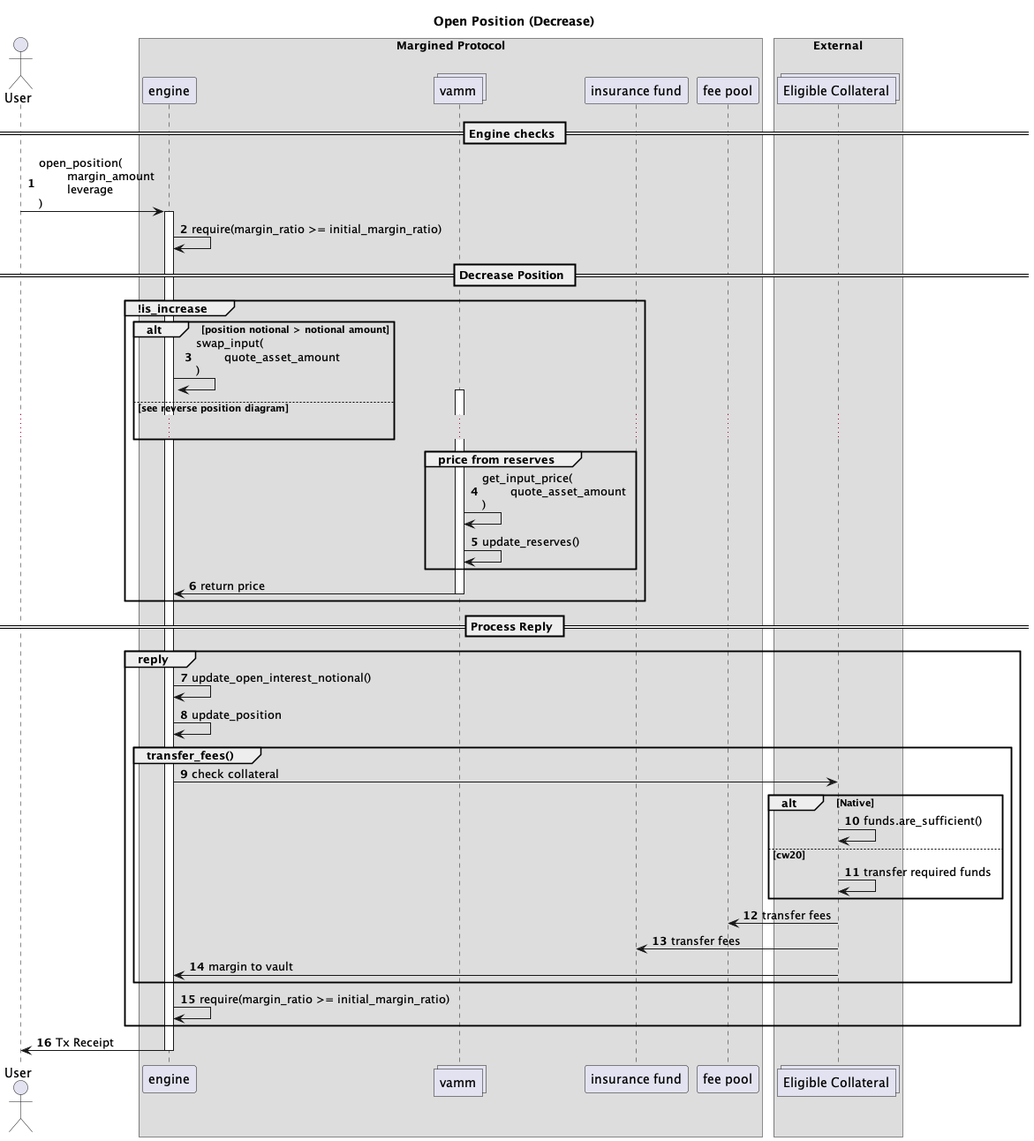
Above: architecture/diagrams/open-pos-decrease.png in margined-protocol/docs (PlantUML), before the change.
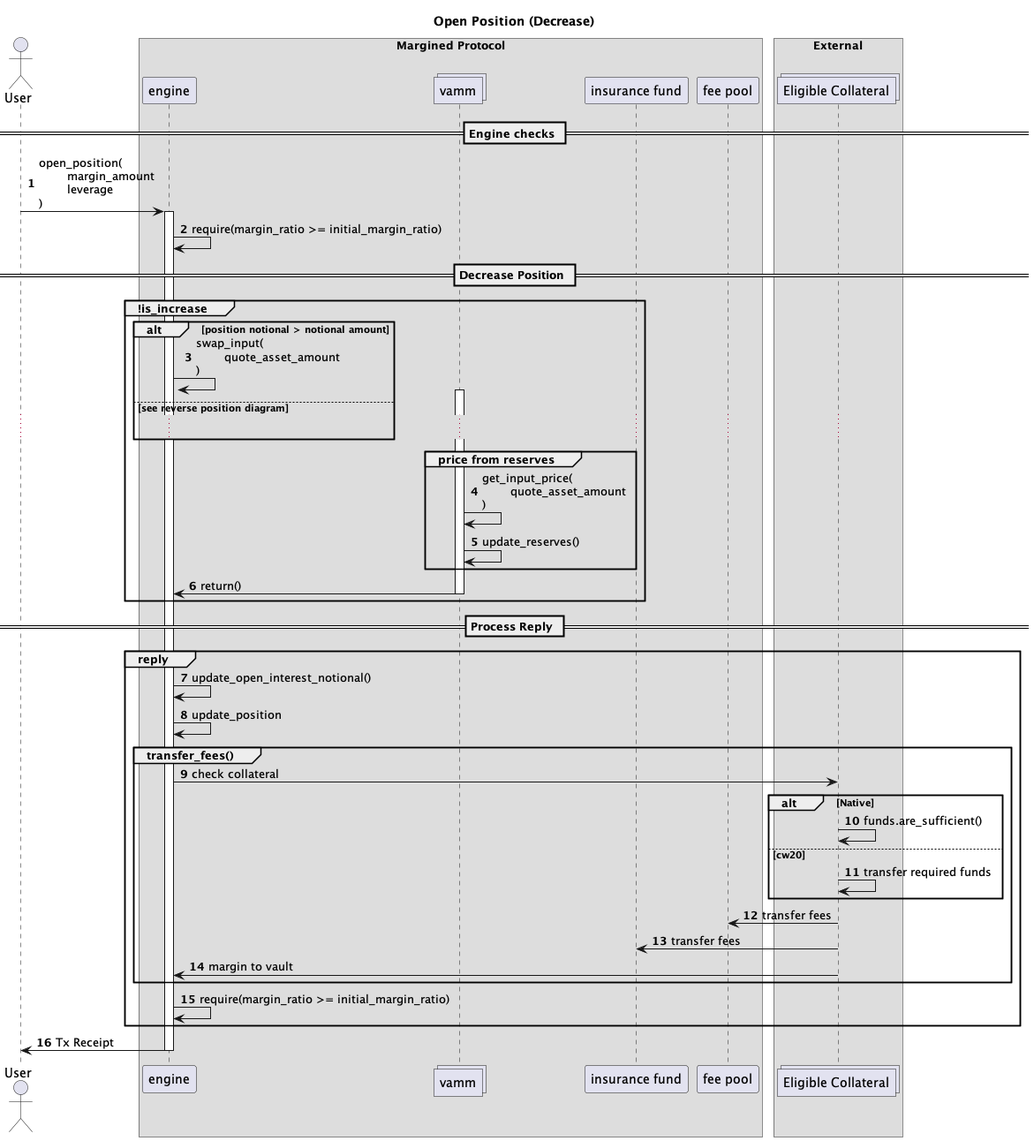
The same diagram one commit later.

Change to the diagram source:
```diff
@@ -39,7 +39,7 @@
         vamm -> vamm: update_reserves()
     end
 
-    vamm -> engine: return price
+    vamm -> engine: return()
     deactivate vamm
 end
 
```
